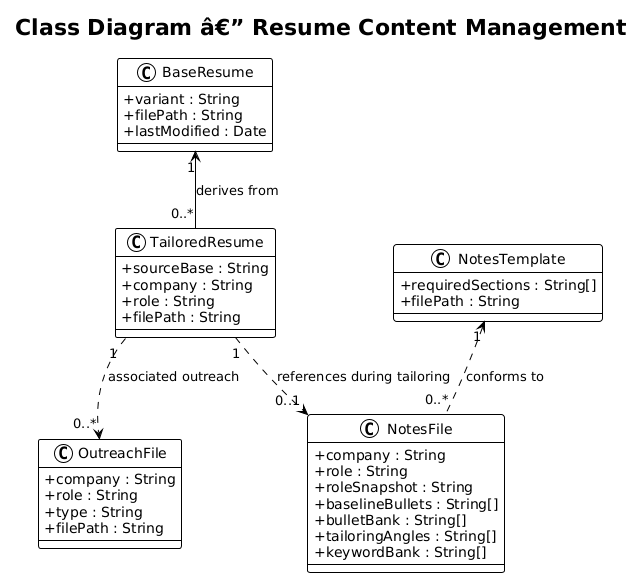
Above: docs/detailed-designs/01-resume-content-management/diagrams/class_diagram.png in QuinntyneBrown/Orbit (PlantUML), before the change. The source it was exported from:
```plantuml
@startuml
!theme plain
skinparam classAttributeIconSize 0

title Class Diagram â€” Resume Content Management

class BaseResume {
    +variant : String
    +filePath : String
    +lastModified : Date
}

class TailoredResume {
    +sourceBase : String
    +company : String
    +role : String
    +filePath : String
}

class NotesFile {
    +company : String
    +role : String
    +roleSnapshot : String
    +baselineBullets : String[]
    +bulletBank : String[]
    +tailoringAngles : String[]
    +keywordBank : String[]
}

class NotesTemplate {
    +requiredSections : String[]
    +filePath : String
}

class OutreachFile {
    +company : String
    +role : String
    +type : String
    +filePath : String
}

BaseResume "1" <-- "0..*" TailoredResume : derives from
NotesTemplate "1" <.. "0..*" NotesFile : conforms to
TailoredResume "1" ..> "0..1" NotesFile : references during tailoring
TailoredResume "1" ..> "0..*" OutreachFile : associated outreach
@enduml
```
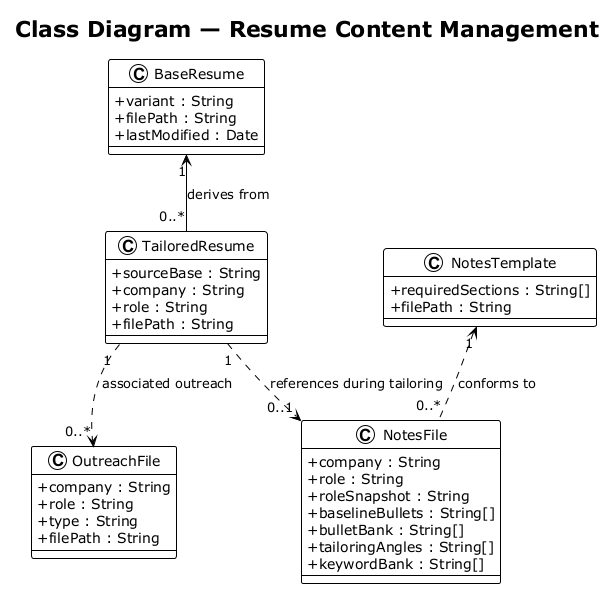
Later version of the same file.

What changed in the source:
```diff
@@ -1,8 +1,8 @@
-@startuml
+@startuml class_diagram
 !theme plain
 skinparam classAttributeIconSize 0
 
-title Class Diagram â€” Resume Content Management
+title Class Diagram — Resume Content Management
 
 class BaseResume {
     +variant : String
@@ -43,4 +43,5 @@
 NotesTemplate "1" <.. "0..*" NotesFile : conforms to
 TailoredResume "1" ..> "0..1" NotesFile : references during tailoring
 TailoredResume "1" ..> "0..*" OutreachFile : associated outreach
+
 @enduml
```
